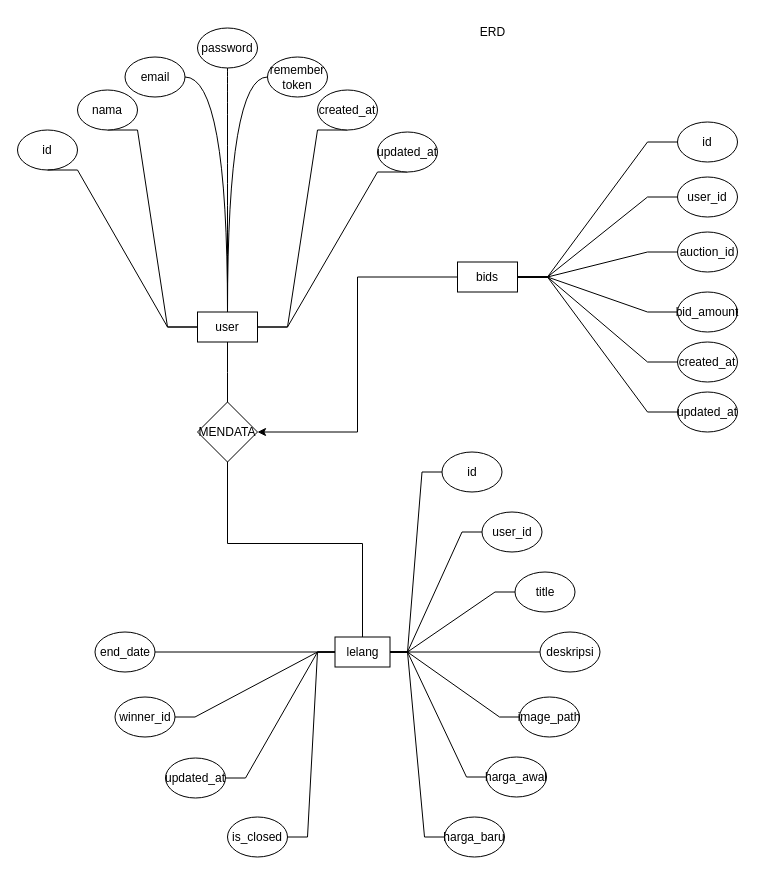
The draw.io diagram page "erd" (2 of 3) of erd.drawio in ujangPNG/tugas-besar-laravel, before the edit. Source tidied: cells renumbered, new cells numbered last; positions are measured from the earlier drawing's top-left corner, leaving out a move shared by most shapes. Both pictures are drawn from the tidied source at 100%, with x=0, y=0 at pixel (17, 17).
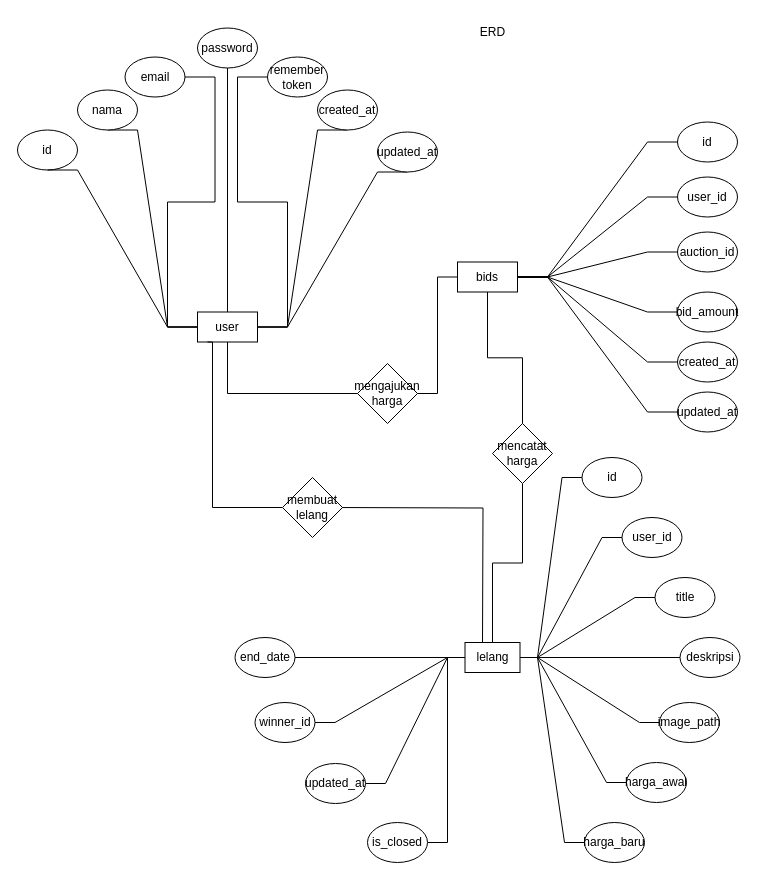
Above is the later version.

Unchanged cells that the change refers to:
```xml
<mxCell id="8" value="user" style="rounded=0;whiteSpace=wrap;html=1;" parent="1" vertex="1">
  <mxGeometry x="180" y="294.5" width="60" height="30" as="geometry" />
</mxCell>
<mxCell id="14" value="email" style="ellipse;whiteSpace=wrap;html=1;" parent="1" vertex="1">
  <mxGeometry x="107.5" y="39.5" width="60" height="40" as="geometry" />
</mxCell>
<mxCell id="16" value="password" style="ellipse;whiteSpace=wrap;html=1;" parent="1" vertex="1">
  <mxGeometry x="180" y="10.5" width="60" height="40" as="geometry" />
</mxCell>
<mxCell id="18" value="remember&lt;div&gt;token&lt;/div&gt;" style="ellipse;whiteSpace=wrap;html=1;" parent="1" vertex="1">
  <mxGeometry x="250" y="39.5" width="60" height="40" as="geometry" />
</mxCell>
<mxCell id="45" value="bids" style="rounded=0;whiteSpace=wrap;html=1;" parent="1" vertex="1">
  <mxGeometry x="440" y="244.5" width="60" height="30" as="geometry" />
</mxCell>
```

What changed in the source:
```diff
@@
-    <mxCell id="9" style="shape=connector;rounded=0;jettySize=auto;html=1;strokeColor=default;strokeWidth=1;align=center;verticalAlign=middle;fontFamily=Helvetica;fontSize=11;fontColor=default;labelBackgroundColor=default;startFill=0;endArrow=none;edgeStyle=elbowEdgeStyle;elbow=vertical;" parent="1" edge="1" source="11" target="8">
-      <mxGeometry relative="1" as="geometry" />
+    <mxCell id="9" style="shape=connector;rounded=0;jettySize=auto;html=1;strokeColor=default;strokeWidth=1;align=center;verticalAlign=middle;fontFamily=Helvetica;fontSize=11;fontColor=default;labelBackgroundColor=default;startFill=0;endArrow=none;edgeStyle=elbowEdgeStyle;elbow=vertical;exitX=0;exitY=0.5;exitDx=0;exitDy=0;" parent="1" edge="1" source="11" target="8">
+      <mxGeometry relative="1" as="geometry">
+        <Array as="points">
+          <mxPoint x="275" y="376" />
+        </Array>
+      </mxGeometry>
     </mxCell>
-    <mxCell id="10" style="shape=connector;rounded=0;jettySize=auto;html=1;strokeColor=default;strokeWidth=1;align=center;verticalAlign=middle;fontFamily=Helvetica;fontSize=11;fontColor=default;labelBackgroundColor=default;startFill=0;endArrow=none;edgeStyle=elbowEdgeStyle;elbow=vertical;exitX=0.5;exitY=1;exitDx=0;exitDy=0;jumpStyle=gap;" parent="1" edge="1" source="11" target="33">
-      <mxGeometry relative="1" as="geometry" />
-    </mxCell>
-    <mxCell id="11" value="MENDATA" style="rhombus;whiteSpace=wrap;html=1;" parent="1" vertex="1">
-      <mxGeometry x="180" y="384.5" width="60" height="60" as="geometry" />
+    <mxCell id="11" value="mengajukan harga" style="rhombus;whiteSpace=wrap;html=1;" parent="1" vertex="1">
+      <mxGeometry x="340" y="346" width="60" height="60" as="geometry" />
     </mxCell>
@@
-    <mxCell id="13" style="edgeStyle=orthogonalEdgeStyle;shape=connector;curved=1;rounded=0;jettySize=auto;html=1;strokeColor=default;strokeWidth=1;align=center;verticalAlign=middle;fontFamily=Helvetica;fontSize=11;fontColor=default;labelBackgroundColor=default;startFill=0;endArrow=none;" parent="1" edge="1" source="14" target="8">
+    <mxCell id="13" style="edgeStyle=entityRelationEdgeStyle;shape=connector;rounded=0;jettySize=auto;html=1;strokeColor=default;strokeWidth=1;align=center;verticalAlign=middle;fontFamily=Helvetica;fontSize=11;fontColor=default;labelBackgroundColor=default;startFill=0;endArrow=none;" parent="1" edge="1" source="14" target="8">
       <mxGeometry relative="1" as="geometry" />
     </mxCell>
@@
-    <mxCell id="15" style="edgeStyle=orthogonalEdgeStyle;shape=connector;curved=1;rounded=0;jettySize=auto;html=1;strokeColor=default;strokeWidth=1;align=center;verticalAlign=middle;fontFamily=Helvetica;fontSize=11;fontColor=default;labelBackgroundColor=default;startFill=0;endArrow=none;" parent="1" edge="1" source="16" target="8">
+    <mxCell id="15" style="shape=connector;rounded=0;jettySize=auto;html=1;strokeColor=default;strokeWidth=1;align=center;verticalAlign=middle;fontFamily=Helvetica;fontSize=11;fontColor=default;labelBackgroundColor=default;startFill=0;endArrow=none;entryX=0.5;entryY=0;entryDx=0;entryDy=0;" parent="1" edge="1" source="16" target="8">
       <mxGeometry relative="1" as="geometry" />
     </mxCell>
@@
-    <mxCell id="17" style="edgeStyle=orthogonalEdgeStyle;shape=connector;curved=1;rounded=0;jettySize=auto;html=1;strokeColor=default;strokeWidth=1;align=center;verticalAlign=middle;fontFamily=Helvetica;fontSize=11;fontColor=default;labelBackgroundColor=default;startFill=0;endArrow=none;" parent="1" edge="1" source="18" target="8">
+    <mxCell id="17" style="edgeStyle=entityRelationEdgeStyle;shape=connector;rounded=0;jettySize=auto;html=1;strokeColor=default;strokeWidth=1;align=center;verticalAlign=middle;fontFamily=Helvetica;fontSize=11;fontColor=default;labelBackgroundColor=default;startFill=0;endArrow=none;" parent="1" edge="1" source="18" target="8">
       <mxGeometry relative="1" as="geometry" />
     </mxCell>
@@
     <mxCell id="28" value="id" style="ellipse;whiteSpace=wrap;html=1;rotation=90;direction=south;horizontal=0;" parent="1" vertex="1">
-      <mxGeometry x="434.5" y="424.5" width="40" height="60" as="geometry" />
+      <mxGeometry x="574.5" y="430" width="40" height="60" as="geometry" />
     </mxCell>
     <mxCell id="29" style="edgeStyle=entityRelationEdgeStyle;shape=connector;rounded=0;jettySize=auto;html=1;strokeColor=default;strokeWidth=1;align=center;verticalAlign=middle;fontFamily=Helvetica;fontSize=11;fontColor=default;labelBackgroundColor=default;startFill=0;endArrow=none;entryX=0;entryY=0.5;entryDx=0;entryDy=0;exitX=1;exitY=0.5;exitDx=0;exitDy=0;" parent="1" edge="1" source="33" target="40">
       <mxGeometry relative="1" as="geometry">
         <Array as="points">
-          <mxPoint x="357.5" y="689.5" />
-          <mxPoint x="357.5" y="739.5" />
-          <mxPoint x="337.5" y="739.5" />
-          <mxPoint x="345.5" y="739.5" />
-          <mxPoint x="357.5" y="739.5" />
-          <mxPoint x="367.5" y="739.5" />
+          <mxPoint x="497.5" y="695" />
+          <mxPoint x="497.5" y="745" />
+          <mxPoint x="477.5" y="745" />
+          <mxPoint x="485.5" y="745" />
+          <mxPoint x="497.5" y="745" />
+          <mxPoint x="507.5" y="745" />
         </Array>
       </mxGeometry>
     </mxCell>
@@
     <mxCell id="33" value="lelang" style="rounded=0;whiteSpace=wrap;html=1;rotation=90;direction=south;horizontal=0;" parent="1" vertex="1">
-      <mxGeometry x="330" y="607" width="30" height="55" as="geometry" />
+      <mxGeometry x="460" y="612.5" width="30" height="55" as="geometry" />
     </mxCell>
     <mxCell id="34" value="user_id" style="ellipse;whiteSpace=wrap;html=1;rotation=90;direction=south;horizontal=0;" parent="1" vertex="1">
-      <mxGeometry x="474.5" y="484.5" width="40" height="60" as="geometry" />
+      <mxGeometry x="614.5" y="490" width="40" height="60" as="geometry" />
     </mxCell>
     <mxCell id="35" value="title" style="ellipse;whiteSpace=wrap;html=1;rotation=90;direction=south;horizontal=0;" parent="1" vertex="1">
-      <mxGeometry x="507.5" y="544.5" width="40" height="60" as="geometry" />
+      <mxGeometry x="647.5" y="550" width="40" height="60" as="geometry" />
     </mxCell>
     <mxCell id="36" value="deskripsi" style="ellipse;whiteSpace=wrap;html=1;rotation=90;direction=south;horizontal=0;" parent="1" vertex="1">
-      <mxGeometry x="532.5" y="604.5" width="40" height="60" as="geometry" />
+      <mxGeometry x="672.5" y="610" width="40" height="60" as="geometry" />
     </mxCell>
     <mxCell id="37" value="image_path" style="ellipse;whiteSpace=wrap;html=1;rotation=90;direction=south;horizontal=0;" parent="1" vertex="1">
-      <mxGeometry x="512" y="669.5" width="40" height="60" as="geometry" />
+      <mxGeometry x="652" y="675" width="40" height="60" as="geometry" />
     </mxCell>
     <mxCell id="38" value="harga_awal" style="ellipse;whiteSpace=wrap;html=1;rotation=90;direction=south;horizontal=0;" parent="1" vertex="1">
-      <mxGeometry x="479" y="729.5" width="40" height="60" as="geometry" />
+      <mxGeometry x="619" y="735" width="40" height="60" as="geometry" />
     </mxCell>
     <mxCell id="39" value="harga_baru" style="ellipse;whiteSpace=wrap;html=1;rotation=90;direction=south;horizontal=0;" parent="1" vertex="1">
-      <mxGeometry x="437" y="789.5" width="40" height="60" as="geometry" />
+      <mxGeometry x="577" y="795" width="40" height="60" as="geometry" />
     </mxCell>
     <mxCell id="40" value="end_date" style="ellipse;whiteSpace=wrap;html=1;rotation=90;direction=south;horizontal=0;" parent="1" vertex="1">
-      <mxGeometry x="87.5" y="604.5" width="40" height="60" as="geometry" />
+      <mxGeometry x="227.5" y="610" width="40" height="60" as="geometry" />
     </mxCell>
     <mxCell id="41" value="is_closed" style="ellipse;whiteSpace=wrap;html=1;rotation=90;direction=south;horizontal=0;" parent="1" vertex="1">
-      <mxGeometry x="220" y="789.5" width="40" height="60" as="geometry" />
+      <mxGeometry x="360" y="795" width="40" height="60" as="geometry" />
     </mxCell>
     <mxCell id="42" value="updated_at" style="ellipse;whiteSpace=wrap;html=1;rotation=90;direction=south;horizontal=0;" parent="1" vertex="1">
-      <mxGeometry x="158" y="730.5" width="40" height="60" as="geometry" />
+      <mxGeometry x="298" y="736" width="40" height="60" as="geometry" />
     </mxCell>
     <mxCell id="43" value="winner_id" style="ellipse;whiteSpace=wrap;html=1;rotation=90;direction=south;horizontal=0;" parent="1" vertex="1">
-      <mxGeometry x="107.5" y="669.5" width="40" height="60" as="geometry" />
+      <mxGeometry x="247.5" y="675" width="40" height="60" as="geometry" />
     </mxCell>
-    <mxCell id="44" style="edgeStyle=elbowEdgeStyle;rounded=0;jettySize=auto;html=1;" parent="1" edge="1" source="45" target="11">
+    <mxCell id="44" style="edgeStyle=elbowEdgeStyle;rounded=0;jettySize=auto;html=1;strokeWidth=1;endArrow=none;startFill=0;" parent="1" edge="1" source="45" target="11">
       <mxGeometry relative="1" as="geometry" />
     </mxCell>
@@
+    <mxCell id="58" style="edgeStyle=orthogonalEdgeStyle;rounded=0;jettySize=auto;html=1;endArrow=none;startFill=0;" parent="1" edge="1" source="60" target="45">
+      <mxGeometry relative="1" as="geometry" />
+    </mxCell>
+    <mxCell id="59" style="edgeStyle=orthogonalEdgeStyle;rounded=0;jettySize=auto;html=1;endArrow=none;startFill=0;" parent="1" edge="1" source="60" target="33">
+      <mxGeometry relative="1" as="geometry" />
+    </mxCell>
+    <mxCell id="60" value="mencatat harga" style="rhombus;whiteSpace=wrap;html=1;" parent="1" vertex="1">
+      <mxGeometry x="475" y="406" width="60" height="60" as="geometry" />
+    </mxCell>
+    <mxCell id="61" style="edgeStyle=orthogonalEdgeStyle;rounded=0;jettySize=auto;html=1;exitX=0;exitY=0.5;exitDx=0;exitDy=0;endArrow=none;startFill=0;" parent="1" edge="1" source="63">
+      <mxGeometry relative="1" as="geometry">
+        <mxPoint x="190" y="324.5" as="targetPoint" />
+        <Array as="points">
+          <mxPoint x="195" y="490" />
+          <mxPoint x="195" y="325" />
+        </Array>
+      </mxGeometry>
+    </mxCell>
+    <mxCell id="62" style="edgeStyle=orthogonalEdgeStyle;rounded=0;orthogonalLoop=1;jettySize=auto;html=1;endArrow=none;startFill=0;" parent="1" edge="1">
+      <mxGeometry relative="1" as="geometry">
+        <mxPoint x="315" y="490" as="sourcePoint" />
+        <mxPoint x="465" y="625" as="targetPoint" />
+      </mxGeometry>
+    </mxCell>
+    <mxCell id="63" value="membuat lelang" style="rhombus;whiteSpace=wrap;html=1;" parent="1" vertex="1">
+      <mxGeometry x="265" y="460" width="60" height="60" as="geometry" />
+    </mxCell>
```
